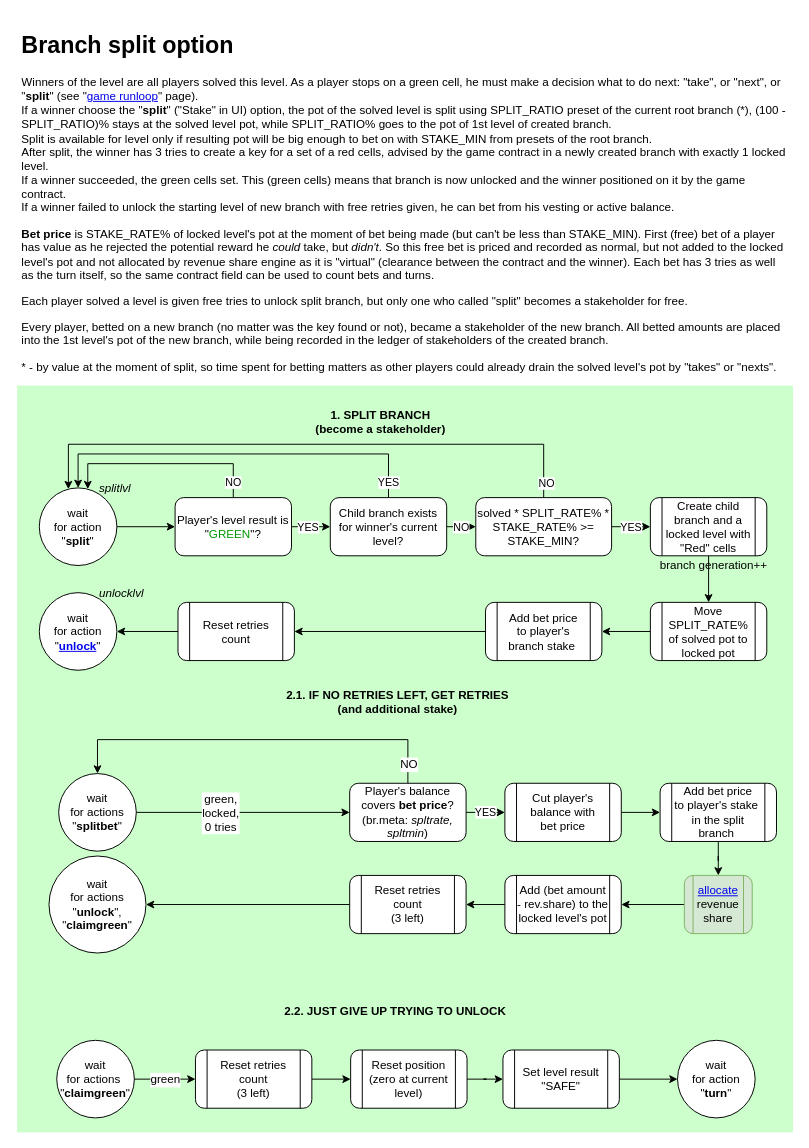
The draw.io diagram page "split" (8 of 17) of ia/WOFFLER IA.drawio in cptn-solo/woffler_contract, before the edit. Source tidied: cells renumbered, new cells numbered last; positions are measured from the earlier drawing's top-left corner, leaving out a move shared by most shapes. Both pictures are drawn from the tidied source at 97%, with x=0, y=0 at pixel (16, 26).
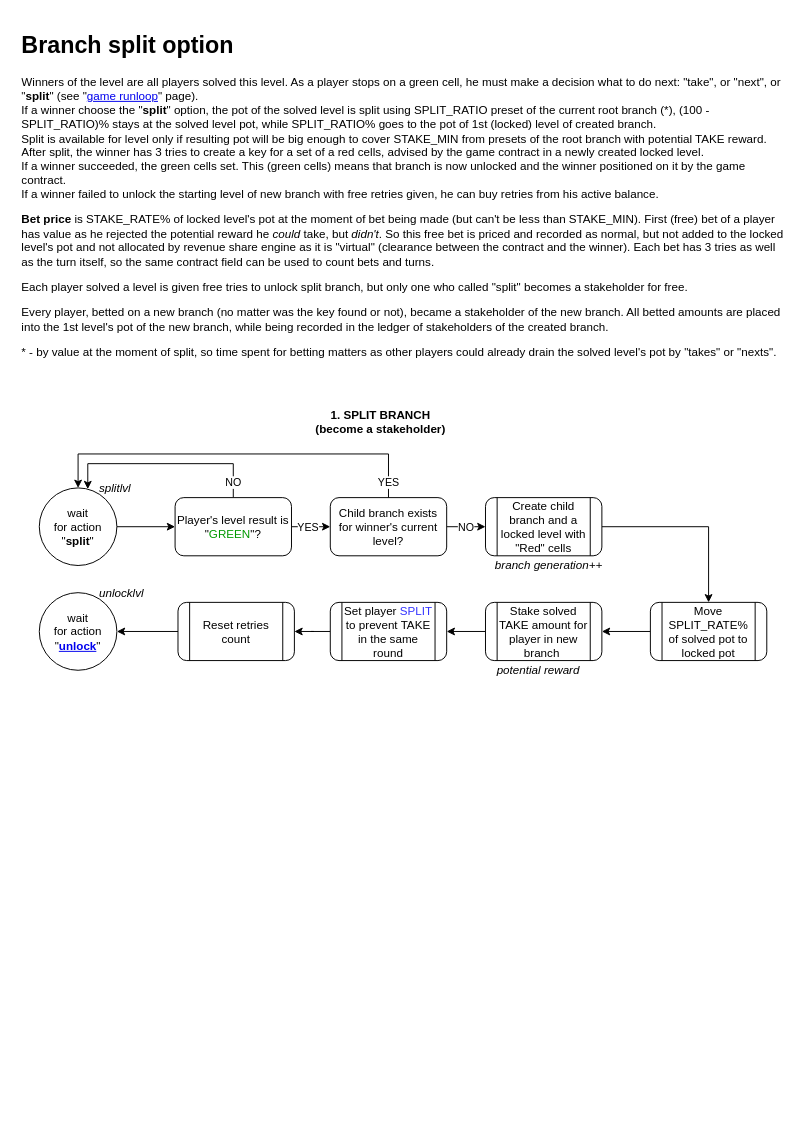
Above is the later version.

The change refers to these unchanged cells:
```xml
<mxCell id="9" value="Child branch exists for winner's current level?" style="rounded=1;whiteSpace=wrap;html=1;shadow=0;glass=0;strokeColor=#000000;align=center;" parent="3" vertex="1">
  <mxGeometry x="323" y="485.5" width="120" height="60" as="geometry" />
</mxCell>
<mxCell id="12" value="Reset retries count" style="shape=process;rounded=1;whiteSpace=wrap;html=1;shadow=0;glass=0;strokeColor=#000000;align=center;" parent="3" vertex="1">
  <mxGeometry x="166" y="593.5" width="120" height="60" as="geometry" />
</mxCell>
<mxCell id="18" value="wait &lt;br&gt;for action &quot;&lt;b&gt;split&lt;/b&gt;&quot;" style="ellipse;whiteSpace=wrap;html=1;rounded=1;shadow=0;glass=0;align=center;" parent="3" vertex="1">
  <mxGeometry x="23" y="475.5" width="80" height="80" as="geometry" />
</mxCell>
```

Diff of the diagram source:
```diff
@@
-    <mxCell id="1" parent="0" />
-    <mxCell id="2" style="rounded=0;whiteSpace=wrap;html=1;rotation=0;strokeColor=none;fillColor=#CCFFCC;" parent="1" vertex="1">
-      <mxGeometry y="370" width="800" height="770" as="geometry" />
-    </mxCell>
@@
-    <mxCell id="4" value="&lt;h1&gt;Branch split option&lt;/h1&gt;&lt;p&gt;Winners of the level are all players solved this level. As a player stops on a green cell, he must make a decision what to do next: &quot;take&quot;, or &quot;next&quot;, or &quot;&lt;b&gt;split&lt;/b&gt;&quot; (see &quot;&lt;a href=&quot;data:page/id,O1V7MM8kmqVnGa7AAgRO&quot;&gt;game runloop&lt;/a&gt;&quot; page).&lt;br&gt;&lt;span&gt;If a winner choose the &quot;&lt;/span&gt;&lt;b&gt;split&lt;/b&gt;&lt;span&gt;&quot; (&quot;Stake&quot; in UI) option, the pot of the solved level is split using SPLIT_RATIO preset of the current root branch (*), (100 - SPLIT_RATIO)% stays at the solved level pot, while SPLIT_RATIO% goes to the pot of 1st level of created branch.&lt;br&gt;&lt;/span&gt;&lt;span&gt;Split is available for level only if resulting pot will be big enough to bet on with STAKE_MIN from presets of the root branch.&amp;nbsp;&lt;br&gt;&lt;/span&gt;&lt;span&gt;After split, the winner has 3 tries to create a key for a set of a red cells, advised by the game contract in a newly created branch with exactly 1 locked level.&amp;nbsp;&lt;br&gt;&lt;/span&gt;&lt;span&gt;If a winner succeeded, the green cells set. This (green cells) means that branch is now unlocked and the winner positioned on it by the game contract.&amp;nbsp;&lt;br&gt;&lt;/span&gt;&lt;span&gt;If a winner failed to unlock the starting level of new branch with free retries given, he can bet from his vesting or active balance.&amp;nbsp;&lt;/span&gt;&lt;/p&gt;&lt;p&gt;&lt;b&gt;Bet price&lt;/b&gt; is STAKE_RATE% of locked level's pot at the moment of bet being made (but can't be less than STAKE_MIN). First (free) bet of a player has value as he rejected the potential reward he &lt;i&gt;could&lt;/i&gt; take, but &lt;i&gt;didn't&lt;/i&gt;. So this free bet is priced and recorded as normal, but not added to the locked level's pot and not allocated by revenue share engine as it is &quot;virtual&quot; (clearance between the contract and the winner).&amp;nbsp;&lt;span&gt;Each bet has 3 tries as well as the turn itself, so the same contract field can be used to count bets and turns.&lt;/span&gt;&lt;/p&gt;&lt;p&gt;&lt;span&gt;Each player solved a level is given free tries to unlock split branch, but only one who called &quot;split&quot; becomes a stakeholder for free.&amp;nbsp;&lt;/span&gt;&lt;/p&gt;&lt;p&gt;&lt;span&gt;Every player, betted on a new branch (no matter was the key found or not), became a stakeholder of the new branch. All betted amounts are placed into the 1st level's pot of the new branch, while being recorded in the ledger of stakeholders of the created branch.&amp;nbsp;&lt;/span&gt;&lt;/p&gt;&lt;p&gt;&lt;/p&gt;* - by value at the moment of split, so time spent for betting matters as other players could already drain the solved level's pot by &quot;takes&quot; or &quot;nexts&quot;.&lt;br&gt;" style="text;html=1;strokeColor=none;fillColor=none;spacing=5;spacingTop=-20;whiteSpace=wrap;overflow=hidden;rounded=0;shadow=0;glass=0;dashed=1;dashPattern=1 1;align=left;" parent="3" vertex="1">
+    <mxCell id="4" value="&lt;h1&gt;Branch split option&lt;/h1&gt;&lt;p&gt;Winners of the level are all players solved this level. As a player stops on a green cell, he must make a decision what to do next: &quot;take&quot;, or &quot;next&quot;, or &quot;&lt;b&gt;split&lt;/b&gt;&quot; (see &quot;&lt;a href=&quot;data:page/id,O1V7MM8kmqVnGa7AAgRO&quot;&gt;game runloop&lt;/a&gt;&quot; page).&lt;br&gt;&lt;span&gt;If a winner choose the &quot;&lt;/span&gt;&lt;b&gt;split&lt;/b&gt;&lt;span&gt;&quot; option, the pot of the solved level is split using SPLIT_RATIO preset of the current root branch (*), (100 - SPLIT_RATIO)% stays at the solved level pot, while SPLIT_RATIO% goes to the pot of 1st (locked) level of created branch.&amp;nbsp;&lt;br&gt;&lt;/span&gt;&lt;span&gt;Split is available for level only if resulting pot will be big enough to cover STAKE_MIN from presets of the root branch with potential TAKE reward.&amp;nbsp;&lt;br&gt;&lt;/span&gt;&lt;span&gt;After split, the winner has 3 tries to create a key for a set of a red cells, advised by the game contract in a newly created locked level.&amp;nbsp;&lt;br&gt;&lt;/span&gt;&lt;span&gt;If a winner succeeded, the green cells set. This (green cells) means that branch is now unlocked and the winner positioned on it by the game contract.&amp;nbsp;&lt;br&gt;&lt;/span&gt;&lt;span&gt;If a winner failed to unlock the starting level of new branch with free retries given, he can buy retries from his active balance.&amp;nbsp;&lt;/span&gt;&lt;/p&gt;&lt;p&gt;&lt;b&gt;Bet price&lt;/b&gt; is STAKE_RATE% of locked level's pot at the moment of bet being made (but can't be less than STAKE_MIN). First (free) bet of a player has value as he rejected the potential reward he &lt;i&gt;could&lt;/i&gt; take, but &lt;i&gt;didn't&lt;/i&gt;. So this free bet is priced and recorded as normal, but not added to the locked level's pot and not allocated by revenue share engine as it is &quot;virtual&quot; (clearance between the contract and the winner).&amp;nbsp;&lt;span&gt;Each bet has 3 tries as well as the turn itself, so the same contract field can be used to count bets and turns.&lt;/span&gt;&lt;/p&gt;&lt;p&gt;&lt;span&gt;Each player solved a level is given free tries to unlock split branch, but only one who called &quot;split&quot; becomes a stakeholder for free.&amp;nbsp;&lt;/span&gt;&lt;/p&gt;&lt;p&gt;&lt;span&gt;Every player, betted on a new branch (no matter was the key found or not), became a stakeholder of the new branch. All betted amounts are placed into the 1st level's pot of the new branch, while being recorded in the ledger of stakeholders of the created branch.&amp;nbsp;&lt;/span&gt;&lt;/p&gt;&lt;p&gt;&lt;/p&gt;* - by value at the moment of split, so time spent for betting matters as other players could already drain the solved level's pot by &quot;takes&quot; or &quot;nexts&quot;.&lt;br&gt;" style="text;html=1;strokeColor=none;fillColor=none;spacing=5;spacingTop=-20;whiteSpace=wrap;overflow=hidden;rounded=0;shadow=0;glass=0;dashed=1;dashPattern=1 1;align=left;" parent="3" vertex="1">
       <mxGeometry width="800" height="370" as="geometry" />
     </mxCell>
@@
-    <mxCell id="8" value="NO" style="edgeStyle=orthogonalEdgeStyle;rounded=0;jettySize=auto;html=1;endArrow=classic;endFill=1;align=center;" parent="3" edge="1" source="9" target="32">
+    <mxCell id="8" value="NO" style="edgeStyle=orthogonalEdgeStyle;rounded=0;jettySize=auto;html=1;endArrow=classic;endFill=1;align=center;" parent="3" edge="1" source="9" target="11">
       <mxGeometry relative="1" as="geometry" />
     </mxCell>
@@
     <mxCell id="11" value="Create child branch and a locked level with &quot;Red&quot; cells" style="shape=process;rounded=1;whiteSpace=wrap;html=1;shadow=0;glass=0;strokeColor=#000000;align=center;" parent="3" vertex="1">
-      <mxGeometry x="653" y="485.5" width="120" height="60" as="geometry" />
+      <mxGeometry x="483" y="485.5" width="120" height="60" as="geometry" />
     </mxCell>
@@
-    <mxCell id="13" style="edgeStyle=orthogonalEdgeStyle;rounded=0;jumpStyle=arc;jettySize=auto;html=1;" parent="3" edge="1" source="14" target="12">
+    <mxCell id="13" style="edgeStyle=orthogonalEdgeStyle;rounded=0;jumpStyle=arc;jettySize=auto;html=1;" parent="3" edge="1" source="14" target="62">
       <mxGeometry relative="1" as="geometry" />
     </mxCell>
-    <mxCell id="14" value="Add bet price&lt;br&gt;to player's branch stake&amp;nbsp;" style="shape=process;rounded=1;whiteSpace=wrap;html=1;shadow=0;glass=0;strokeColor=#000000;align=center;" parent="3" vertex="1">
+    <mxCell id="14" value="Stake solved TAKE amount for player in new branch&amp;nbsp;" style="shape=process;rounded=1;whiteSpace=wrap;html=1;shadow=0;glass=0;strokeColor=#000000;align=center;" parent="3" vertex="1">
       <mxGeometry x="483" y="593.5" width="120" height="60" as="geometry" />
     </mxCell>
-    <mxCell id="15" style="edgeStyle=orthogonalEdgeStyle;rounded=0;jumpStyle=arc;jettySize=auto;html=1;" parent="3" edge="1" source="16" target="39">
-      <mxGeometry relative="1" as="geometry" />
-    </mxCell>
-    <mxCell id="16" value="Reset retries count&lt;br&gt;(3 left)&lt;br&gt;" style="shape=process;rounded=1;whiteSpace=wrap;html=1;shadow=0;glass=0;strokeColor=#000000;align=center;" parent="3" vertex="1">
-      <mxGeometry x="343" y="875" width="120" height="60" as="geometry" />
-    </mxCell>
@@
-    <mxCell id="19" style="edgeStyle=orthogonalEdgeStyle;rounded=0;jettySize=auto;html=1;endArrow=classic;endFill=1;align=center;" parent="3" edge="1" source="42" target="16">
-      <mxGeometry relative="1" as="geometry" />
-    </mxCell>
-    <mxCell id="20" style="edgeStyle=orthogonalEdgeStyle;rounded=0;jumpStyle=arc;jettySize=auto;html=1;" parent="3" edge="1" source="21" target="41">
-      <mxGeometry relative="1" as="geometry" />
-    </mxCell>
-    <mxCell id="21" value="Cut player's&lt;br&gt;balance with&lt;br&gt;bet price &lt;br&gt;" style="shape=process;rounded=1;whiteSpace=wrap;html=1;shadow=0;glass=0;strokeColor=#000000;align=center;" parent="3" vertex="1">
-      <mxGeometry x="503" y="780" width="120" height="60" as="geometry" />
-    </mxCell>
-    <mxCell id="22" style="edgeStyle=orthogonalEdgeStyle;rounded=0;jumpStyle=arc;jettySize=auto;html=1;" parent="3" edge="1" source="23" target="42">
-      <mxGeometry relative="1" as="geometry" />
-    </mxCell>
-    <mxCell id="23" value="&lt;a href=&quot;data:page/id,J4QovUjZuFeeXE9WnE4x&quot;&gt;allocate&lt;/a&gt;&lt;br&gt;revenue share&lt;br&gt;" style="shape=process;rounded=1;whiteSpace=wrap;html=1;shadow=0;glass=0;strokeColor=#82b366;align=center;fillColor=#d5e8d4;" parent="3" vertex="1">
-      <mxGeometry x="688" y="875" width="70" height="60" as="geometry" />
-    </mxCell>
-    <mxCell id="24" value="YES" style="edgeStyle=orthogonalEdgeStyle;rounded=0;jettySize=auto;html=1;endArrow=classic;endFill=1;align=center;" parent="3" edge="1" source="27" target="21">
-      <mxGeometry relative="1" as="geometry" />
-    </mxCell>
-    <mxCell id="25" style="edgeStyle=orthogonalEdgeStyle;rounded=0;jumpStyle=arc;jettySize=auto;html=1;" parent="3" edge="1" source="27" target="37">
-      <mxGeometry relative="1" as="geometry">
-        <Array as="points">
-          <mxPoint x="403" y="735" />
-          <mxPoint x="83" y="735" />
-        </Array>
-      </mxGeometry>
-    </mxCell>
-    <mxCell id="26" value="NO" style="text;html=1;align=center;verticalAlign=middle;labelBackgroundColor=#ffffff;" parent="25" vertex="1">
-      <mxGeometry x="-0.9" relative="1" as="geometry" />
-    </mxCell>
-    <mxCell id="27" value="Player's balance covers &lt;b&gt;bet price&lt;/b&gt;?&lt;br&gt;(br.meta:&amp;nbsp;&lt;i&gt;spltrate, spltmin&lt;/i&gt;)&lt;br&gt;" style="rounded=1;whiteSpace=wrap;html=1;shadow=0;glass=0;strokeColor=#000000;align=center;" parent="3" vertex="1">
-      <mxGeometry x="343" y="780" width="120" height="60" as="geometry" />
-    </mxCell>
@@
-    <mxCell id="29" value="YES" style="edgeStyle=orthogonalEdgeStyle;rounded=0;jettySize=auto;html=1;fontSize=11;fontColor=#000000;" parent="3" edge="1" source="32" target="11">
-      <mxGeometry relative="1" as="geometry" />
-    </mxCell>
-    <mxCell id="30" style="edgeStyle=orthogonalEdgeStyle;rounded=0;jettySize=auto;html=1;fontSize=11;fontColor=#000000;" parent="3" edge="1" source="32" target="18">
-      <mxGeometry relative="1" as="geometry">
-        <Array as="points">
-          <mxPoint x="543" y="430.5" />
-          <mxPoint x="53" y="430.5" />
-        </Array>
-      </mxGeometry>
-    </mxCell>
-    <mxCell id="31" value="NO" style="text;html=1;align=center;verticalAlign=middle;labelBackgroundColor=#ffffff;fontSize=11;fontColor=#000000;" parent="30" vertex="1">
-      <mxGeometry x="-0.95" y="-2" relative="1" as="geometry" />
-    </mxCell>
-    <mxCell id="32" value="&lt;span&gt;solved * SPLIT_RATE% * STAKE_RATE% &amp;gt;= STAKE_MIN&lt;/span&gt;?&lt;br&gt;" style="rounded=1;whiteSpace=wrap;html=1;shadow=0;glass=0;strokeColor=#000000;align=center;" parent="3" vertex="1">
-      <mxGeometry x="473" y="485.5" width="140" height="60" as="geometry" />
-    </mxCell>
@@
-    <mxCell id="35" value="branch generation++" style="text;html=1;align=center;verticalAlign=top;spacingTop=-4;fontColor=#000000;" parent="3" vertex="1">
-      <mxGeometry x="653" y="545.5" width="130" height="20" as="geometry" />
+    <mxCell id="35" value="branch generation++" style="text;html=1;align=center;verticalAlign=top;spacingTop=-4;fontColor=#000000;fontStyle=2;" parent="3" vertex="1">
+      <mxGeometry x="483" y="545.5" width="130" height="20" as="geometry" />
     </mxCell>
@@
-    <mxCell id="37" value="wait &lt;br&gt;for actions &quot;&lt;b&gt;splitbet&lt;/b&gt;&quot;&lt;br&gt;" style="ellipse;whiteSpace=wrap;html=1;rounded=1;shadow=0;glass=0;align=center;" parent="3" vertex="1">
-      <mxGeometry x="43" y="770" width="80" height="80" as="geometry" />
-    </mxCell>
@@
-    <mxCell id="39" value="wait &lt;br&gt;for actions &quot;&lt;b&gt;unlock&lt;/b&gt;&quot;,&lt;br&gt;&quot;&lt;b&gt;claimgreen&lt;/b&gt;&quot;&lt;br&gt;" style="ellipse;whiteSpace=wrap;html=1;rounded=1;shadow=0;glass=0;align=center;" parent="3" vertex="1">
-      <mxGeometry x="33" y="855" width="100" height="100" as="geometry" />
-    </mxCell>
-    <mxCell id="40" style="edgeStyle=orthogonalEdgeStyle;rounded=0;jumpStyle=arc;jettySize=auto;html=1;" parent="3" edge="1" source="41" target="23">
-      <mxGeometry relative="1" as="geometry" />
-    </mxCell>
-    <mxCell id="41" value="Add bet price&lt;br&gt;to player's stake&amp;nbsp;&lt;br&gt;in the split branch&amp;nbsp;" style="shape=process;rounded=1;whiteSpace=wrap;html=1;shadow=0;glass=0;strokeColor=#000000;align=center;" parent="3" vertex="1">
-      <mxGeometry x="663" y="780" width="120" height="60" as="geometry" />
-    </mxCell>
-    <mxCell id="42" value="Add (bet amount - rev.share) to the locked level's pot" style="shape=process;rounded=1;whiteSpace=wrap;html=1;shadow=0;glass=0;strokeColor=#000000;align=center;" parent="3" vertex="1">
-      <mxGeometry x="503" y="875" width="120" height="60" as="geometry" />
-    </mxCell>
@@
-    <mxCell id="44" value="&lt;div style=&quot;text-align: center&quot;&gt;&lt;span&gt;2.1. IF NO RETRIES LEFT, GET RETRIES &lt;br&gt;(and additional stake)&lt;/span&gt;&lt;/div&gt;" style="text;html=1;align=left;verticalAlign=top;spacingTop=-4;fontColor=#000000;fontStyle=1;" parent="3" vertex="1">
-      <mxGeometry x="276" y="680" width="250" height="30" as="geometry" />
-    </mxCell>
-    <mxCell id="45" value="wait &lt;br&gt;for actions&amp;nbsp;&lt;br&gt;&quot;&lt;b&gt;claimgreen&lt;/b&gt;&quot;&lt;br&gt;" style="ellipse;whiteSpace=wrap;html=1;rounded=1;shadow=0;glass=0;align=center;" parent="3" vertex="1">
-      <mxGeometry x="41" y="1045" width="80" height="80" as="geometry" />
-    </mxCell>
-    <mxCell id="46" style="edgeStyle=orthogonalEdgeStyle;rounded=0;jumpStyle=arc;jettySize=auto;html=1;" parent="3" edge="1" source="45" target="49">
-      <mxGeometry relative="1" as="geometry" />
-    </mxCell>
-    <mxCell id="47" value="green&lt;br&gt;" style="text;html=1;align=center;verticalAlign=middle;labelBackgroundColor=#ffffff;" parent="46" vertex="1">
-      <mxGeometry x="-0.23" y="1" relative="1" as="geometry">
-        <mxPoint x="7.5" y="1" as="offset" />
-      </mxGeometry>
-    </mxCell>
-    <mxCell id="48" style="edgeStyle=orthogonalEdgeStyle;rounded=0;jumpStyle=arc;jettySize=auto;html=1;" parent="3" edge="1" source="49" target="51">
-      <mxGeometry relative="1" as="geometry" />
-    </mxCell>
-    <mxCell id="49" value="Reset retries count&lt;br&gt;(3 left)&lt;br&gt;" style="shape=process;rounded=1;whiteSpace=wrap;html=1;shadow=0;glass=0;strokeColor=#000000;align=center;" parent="3" vertex="1">
-      <mxGeometry x="184" y="1055" width="120" height="60" as="geometry" />
-    </mxCell>
-    <mxCell id="50" style="edgeStyle=orthogonalEdgeStyle;rounded=0;jumpStyle=arc;jettySize=auto;html=1;" parent="3" edge="1" source="54" target="52">
-      <mxGeometry relative="1" as="geometry" />
-    </mxCell>
-    <mxCell id="51" value="Reset position&lt;br&gt;(zero at current level)&lt;br&gt;" style="shape=process;rounded=1;whiteSpace=wrap;html=1;shadow=0;glass=0;strokeColor=#000000;align=center;" parent="3" vertex="1">
-      <mxGeometry x="344" y="1055" width="120" height="60" as="geometry" />
-    </mxCell>
-    <mxCell id="52" value="wait &lt;br&gt;for action &quot;&lt;b&gt;turn&lt;/b&gt;&quot;" style="ellipse;whiteSpace=wrap;html=1;rounded=1;shadow=0;glass=0;align=center;" parent="3" vertex="1">
-      <mxGeometry x="681" y="1045" width="80" height="80" as="geometry" />
-    </mxCell>
-    <mxCell id="53" value="&lt;div style=&quot;text-align: center&quot;&gt;&lt;span&gt;2.2. JUST GIVE UP TRYING TO UNLOCK&lt;/span&gt;&lt;/div&gt;" style="text;html=1;align=left;verticalAlign=top;spacingTop=-4;fontColor=#000000;fontStyle=1;" parent="3" vertex="1">
-      <mxGeometry x="274" y="1005" width="240" height="20" as="geometry" />
-    </mxCell>
-    <mxCell id="54" value="Set level result &quot;SAFE&quot;&lt;br&gt;" style="shape=process;rounded=1;whiteSpace=wrap;html=1;shadow=0;glass=0;strokeColor=#000000;align=center;" parent="3" vertex="1">
-      <mxGeometry x="501" y="1055" width="120" height="60" as="geometry" />
-    </mxCell>
-    <mxCell id="55" style="edgeStyle=orthogonalEdgeStyle;rounded=0;jumpStyle=arc;jettySize=auto;html=1;" parent="3" edge="1" source="51" target="54">
-      <mxGeometry relative="1" as="geometry" />
-    </mxCell>
@@
-    <mxCell id="58" style="edgeStyle=orthogonalEdgeStyle;rounded=0;jumpStyle=arc;jettySize=auto;html=1;" parent="3" edge="1" source="37" target="27">
-      <mxGeometry relative="1" as="geometry" />
-    </mxCell>
-    <mxCell id="59" value="green,&lt;br&gt;locked,&lt;br&gt;0 tries&lt;br&gt;" style="text;html=1;align=center;verticalAlign=middle;labelBackgroundColor=#ffffff;" parent="58" vertex="1">
-      <mxGeometry x="-0.23" y="1" relative="1" as="geometry">
-        <mxPoint x="1" y="1" as="offset" />
-      </mxGeometry>
-    </mxCell>
+    <mxCell id="60" value="potential reward" style="text;html=1;align=left;verticalAlign=top;spacingTop=-4;fontStyle=2;" parent="3" vertex="1">
+      <mxGeometry x="493" y="653.5" width="100" height="20" as="geometry" />
+    </mxCell>
+    <mxCell id="61" style="edgeStyle=orthogonalEdgeStyle;rounded=0;jettySize=auto;html=1;" parent="3" edge="1" source="62" target="12">
+      <mxGeometry relative="1" as="geometry" />
+    </mxCell>
+    <mxCell id="62" value="Set player &lt;font color=&quot;#3333ff&quot;&gt;SPLIT&lt;/font&gt; to prevent TAKE in the same round" style="shape=process;rounded=1;whiteSpace=wrap;html=1;shadow=0;glass=0;strokeColor=#000000;align=center;" parent="3" vertex="1">
+      <mxGeometry x="323" y="593.5" width="120" height="60" as="geometry" />
+    </mxCell>
```
